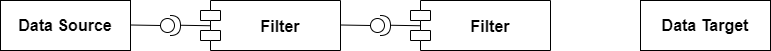
Before: Architectural styles/Dataflow systems/PipeAndFiltersComponentDiagram.png, a diagram exported from draw.io (smitbmx/Architecture-Diagrams). Source tidied: cells renumbered, new cells last; positions are measured from the earlier drawing's top-left corner, leaving out a move shared by most shapes. The source it was exported from:
```xml
<mxGraphModel>
  <root>
    <mxCell id="0" />
    <mxCell id="1" parent="0" />
    <mxCell id="2" value="Filter" style="shape=module;align=left;spacingLeft=20;align=center;verticalAlign=middle;fontSize=16;fontStyle=1;" parent="1" vertex="1">
      <mxGeometry x="200" width="140" height="50" as="geometry" />
    </mxCell>
    <mxCell id="3" value="&lt;b&gt;Data Source&lt;/b&gt;" style="rounded=0;whiteSpace=wrap;html=1;fontSize=16;verticalAlign=middle;" parent="1" vertex="1">
      <mxGeometry width="130" height="50" as="geometry" />
    </mxCell>
    <mxCell id="4" value="Filter" style="shape=module;align=left;spacingLeft=20;align=center;verticalAlign=middle;fontSize=16;fontStyle=1;" parent="1" vertex="1">
      <mxGeometry x="410" width="140" height="50" as="geometry" />
    </mxCell>
    <mxCell id="5" value="&lt;b&gt;Data Target&lt;/b&gt;" style="rounded=0;whiteSpace=wrap;html=1;fontSize=16;verticalAlign=middle;" parent="1" vertex="1">
      <mxGeometry x="640" width="130" height="50" as="geometry" />
    </mxCell>
    <mxCell id="6" style="shape=providedRequiredInterface;html=1;verticalLabelPosition=bottom;sketch=0;fontSize=16;verticalAlign=middle;" parent="1" vertex="1">
      <mxGeometry x="160" y="15" width="20" height="20" as="geometry" />
    </mxCell>
    <mxCell id="7" style="endArrow=none;html=1;rounded=0;fontSize=16;" parent="1" edge="1">
      <mxGeometry relative="1" as="geometry">
        <mxPoint x="130" y="24.5" as="sourcePoint" />
        <mxPoint x="160" y="25" as="targetPoint" />
      </mxGeometry>
    </mxCell>
    <mxCell id="8" style="endArrow=none;html=1;rounded=0;fontSize=16;" parent="1" edge="1">
      <mxGeometry relative="1" as="geometry">
        <mxPoint x="180" y="24.8" as="sourcePoint" />
        <mxPoint x="210" y="25.2" as="targetPoint" />
      </mxGeometry>
    </mxCell>
    <mxCell id="9" style="shape=providedRequiredInterface;html=1;verticalLabelPosition=bottom;sketch=0;fontSize=16;verticalAlign=middle;" parent="1" vertex="1">
      <mxGeometry x="370" y="15" width="20" height="20" as="geometry" />
    </mxCell>
    <mxCell id="10" style="endArrow=none;html=1;rounded=0;fontSize=16;" parent="1" edge="1">
      <mxGeometry relative="1" as="geometry">
        <mxPoint x="340" y="24.5" as="sourcePoint" />
        <mxPoint x="370" y="25" as="targetPoint" />
      </mxGeometry>
    </mxCell>
    <mxCell id="11" style="endArrow=none;html=1;rounded=0;fontSize=16;" parent="1" edge="1">
      <mxGeometry relative="1" as="geometry">
        <mxPoint x="390" y="24.8" as="sourcePoint" />
        <mxPoint x="420" y="25.2" as="targetPoint" />
      </mxGeometry>
    </mxCell>
  </root>
</mxGraphModel>
```
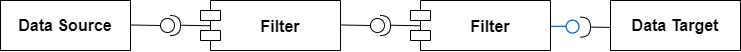
The same file after the commit.

Diff of the diagram source:
```diff
@@ -12,7 +12,7 @@
       <mxGeometry x="410" width="140" height="50" as="geometry" />
     </mxCell>
     <mxCell id="5" value="&lt;b&gt;Data Target&lt;/b&gt;" style="rounded=0;whiteSpace=wrap;html=1;fontSize=16;verticalAlign=middle;" parent="1" vertex="1">
-      <mxGeometry x="640" width="130" height="50" as="geometry" />
+      <mxGeometry x="610" width="130" height="50" as="geometry" />
     </mxCell>
     <mxCell id="6" style="shape=providedRequiredInterface;html=1;verticalLabelPosition=bottom;sketch=0;fontSize=16;verticalAlign=middle;" parent="1" vertex="1">
       <mxGeometry x="160" y="15" width="20" height="20" as="geometry" />
@@ -44,5 +44,14 @@
         <mxPoint x="420" y="25.2" as="targetPoint" />
       </mxGeometry>
     </mxCell>
+    <mxCell id="12" style="shape=requiredInterface;html=1;verticalLabelPosition=bottom;sketch=0;fontSize=16;verticalAlign=middle;" parent="1" vertex="1">
+      <mxGeometry x="580" y="16.6" width="10" height="20" as="geometry" />
+    </mxCell>
+    <mxCell id="13" style="perimeter=ellipsePerimeter;html=1;align=center;shadow=0;dashed=0;spacingTop=3;image;image=img/lib/active_directory/interface.svg;fontSize=16;" parent="1" vertex="1">
+      <mxGeometry x="550" y="19.6" width="30" height="14.1" as="geometry" />
+    </mxCell>
+    <mxCell id="14" style="endArrow=none;html=1;rounded=0;fontSize=16;entryX=1;entryY=0.5;entryDx=0;entryDy=0;entryPerimeter=0;exitX=0.003;exitY=0.537;exitDx=0;exitDy=0;exitPerimeter=0;" parent="1" edge="1" source="5" target="12">
+      <mxGeometry relative="1" as="geometry" />
+    </mxCell>
   </root>
 </mxGraphModel>
```
